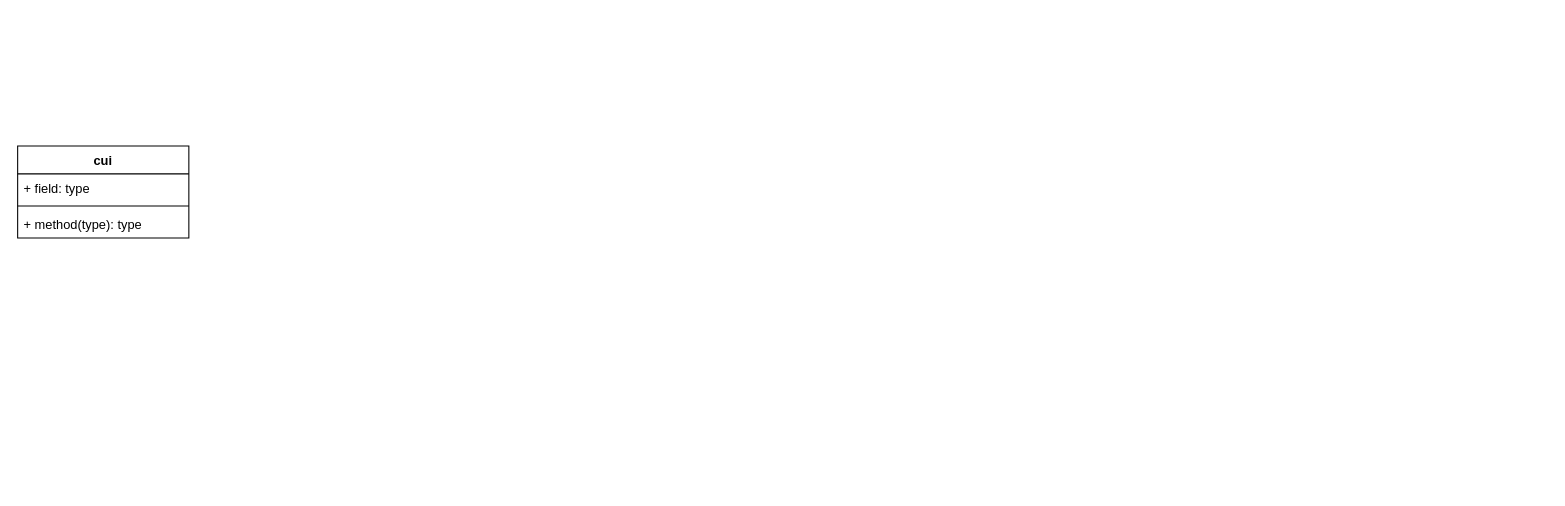
Earlier version of the draw.io diagram wtpy/Untitled Diagram.drawio (Huijun-Cui/mind-mining). Source tidied: cells renumbered, new cells numbered last; positions are measured from the earlier drawing's top-left corner, leaving out a move shared by most shapes. Both pictures are drawn from the tidied source at 107%, with x=0, y=0 at pixel (17, 146).
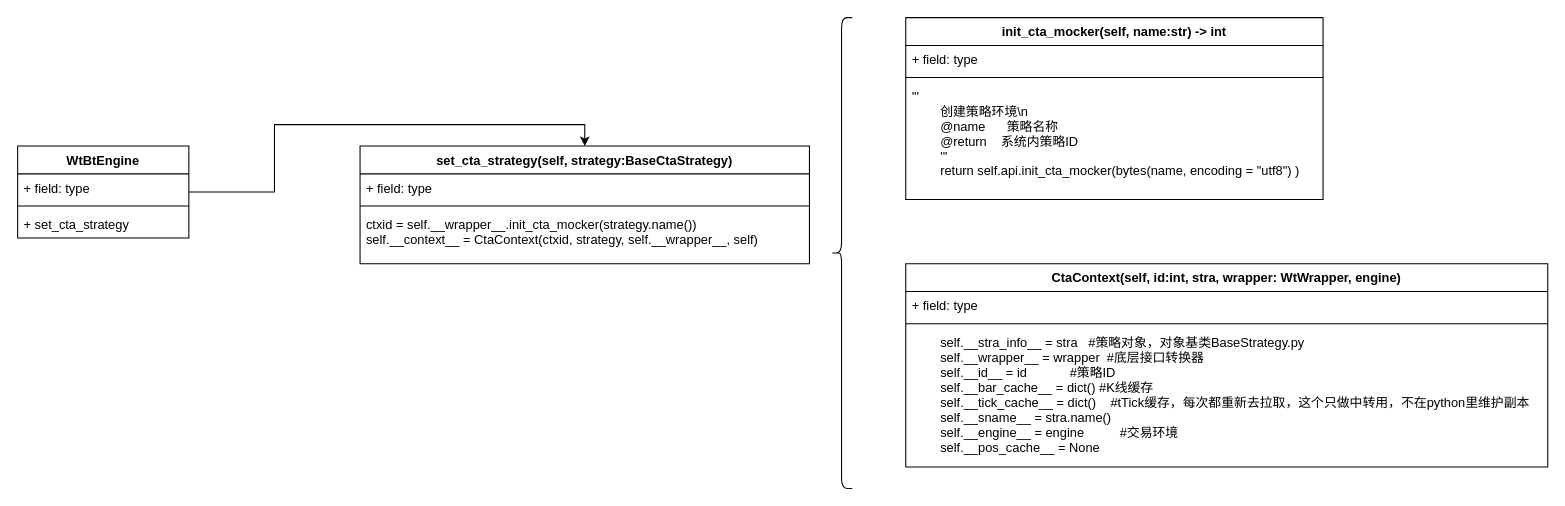
Above is the later version.

What changed in the source:
```diff
@@
 <mxGraphModel background="#ffffff">
   <root>
     <mxCell id="0" />
     <mxCell id="1" parent="0" />
+    <mxCell id="6" style="edgeStyle=orthogonalEdgeStyle;rounded=0;jettySize=auto;html=1;entryX=0.5;entryY=0;entryDx=0;entryDy=0;" parent="1" edge="1" source="2" target="7">
+      <mxGeometry relative="1" as="geometry" />
+    </mxCell>
-    <mxCell id="2" value="cui" style="swimlane;fontStyle=1;align=center;verticalAlign=top;horizontal=1;startSize=26;" parent="1" vertex="1">
+    <mxCell id="2" value="WtBtEngine" style="swimlane;fontStyle=1;align=center;verticalAlign=top;horizontal=1;startSize=26;" parent="1" vertex="1">
       <mxGeometry width="160" height="86" as="geometry" />
     </mxCell>
     <mxCell id="3" value="+ field: type" style="text;strokeColor=none;fillColor=none;align=left;verticalAlign=top;spacingLeft=4;spacingRight=4;overflow=hidden;" parent="2" vertex="1">
       <mxGeometry y="26" width="160" height="26" as="geometry" />
     </mxCell>
     <mxCell id="4" style="line;strokeWidth=1;fillColor=none;align=left;verticalAlign=middle;spacingTop=-1;spacingLeft=3;spacingRight=3;labelPosition=right;" parent="2" vertex="1">
       <mxGeometry y="52" width="160" height="8" as="geometry" />
     </mxCell>
-    <mxCell id="5" value="+ method(type): type" style="text;strokeColor=none;fillColor=none;align=left;verticalAlign=top;spacingLeft=4;spacingRight=4;overflow=hidden;" parent="2" vertex="1">
+    <mxCell id="5" value="+ set_cta_strategy" style="text;strokeColor=none;fillColor=none;align=left;verticalAlign=top;spacingLeft=4;spacingRight=4;overflow=hidden;" parent="2" vertex="1">
       <mxGeometry y="60" width="160" height="26" as="geometry" />
     </mxCell>
+    <mxCell id="7" value="set_cta_strategy(self, strategy:BaseCtaStrategy)" style="swimlane;fontStyle=1;align=center;verticalAlign=top;horizontal=1;startSize=26;" parent="1" vertex="1">
+      <mxGeometry x="320" width="420" height="110" as="geometry" />
+    </mxCell>
+    <mxCell id="8" value="+ field: type" style="text;strokeColor=none;fillColor=none;align=left;verticalAlign=top;spacingLeft=4;spacingRight=4;overflow=hidden;" parent="7" vertex="1">
+      <mxGeometry y="26" width="420" height="26" as="geometry" />
+    </mxCell>
+    <mxCell id="9" style="line;strokeWidth=1;fillColor=none;align=left;verticalAlign=middle;spacingTop=-1;spacingLeft=3;spacingRight=3;labelPosition=right;" parent="7" vertex="1">
+      <mxGeometry y="52" width="420" height="8" as="geometry" />
+    </mxCell>
+    <mxCell id="10" value="ctxid = self.__wrapper__.init_cta_mocker(strategy.name())&#10;self.__context__ = CtaContext(ctxid, strategy, self.__wrapper__, self)" style="text;strokeColor=none;fillColor=none;align=left;verticalAlign=top;spacingLeft=4;spacingRight=4;overflow=hidden;" parent="7" vertex="1">
+      <mxGeometry y="60" width="420" height="50" as="geometry" />
+    </mxCell>
+    <mxCell id="11" value="init_cta_mocker(self, name:str) -&gt; int" style="swimlane;fontStyle=1;align=center;verticalAlign=top;horizontal=1;startSize=26;" parent="1" vertex="1">
+      <mxGeometry x="830" y="-120" width="390" height="170" as="geometry" />
+    </mxCell>
+    <mxCell id="12" value="+ field: type" style="text;strokeColor=none;fillColor=none;align=left;verticalAlign=top;spacingLeft=4;spacingRight=4;overflow=hidden;" parent="11" vertex="1">
+      <mxGeometry y="26" width="390" height="26" as="geometry" />
+    </mxCell>
+    <mxCell id="13" style="line;strokeWidth=1;fillColor=none;align=left;verticalAlign=middle;spacingTop=-1;spacingLeft=3;spacingRight=3;labelPosition=right;" parent="11" vertex="1">
+      <mxGeometry y="52" width="390" height="8" as="geometry" />
+    </mxCell>
+    <mxCell id="14" value="'''&#10;        创建策略环境\n&#10;        @name      策略名称&#10;        @return    系统内策略ID &#10;        '''&#10;        return self.api.init_cta_mocker(bytes(name, encoding = &quot;utf8&quot;) )" style="text;strokeColor=none;fillColor=none;align=left;verticalAlign=top;spacingLeft=4;spacingRight=4;overflow=hidden;" parent="11" vertex="1">
+      <mxGeometry y="60" width="390" height="110" as="geometry" />
+    </mxCell>
+    <mxCell id="15" style="shape=curlyBracket;whiteSpace=wrap;html=1;rounded=1;" parent="1" vertex="1">
+      <mxGeometry x="760" y="-120" width="20" height="440" as="geometry" />
+    </mxCell>
+    <mxCell id="16" value="CtaContext(self, id:int, stra, wrapper: WtWrapper, engine)" style="swimlane;fontStyle=1;align=center;verticalAlign=top;horizontal=1;startSize=26;" parent="1" vertex="1">
+      <mxGeometry x="830" y="110" width="600" height="190" as="geometry" />
+    </mxCell>
+    <mxCell id="17" value="+ field: type" style="text;strokeColor=none;fillColor=none;align=left;verticalAlign=top;spacingLeft=4;spacingRight=4;overflow=hidden;" parent="16" vertex="1">
+      <mxGeometry y="26" width="600" height="26" as="geometry" />
+    </mxCell>
+    <mxCell id="18" style="line;strokeWidth=1;fillColor=none;align=left;verticalAlign=middle;spacingTop=-1;spacingLeft=3;spacingRight=3;labelPosition=right;" parent="16" vertex="1">
+      <mxGeometry y="52" width="600" height="8" as="geometry" />
+    </mxCell>
+    <mxCell id="19" value="        self.__stra_info__ = stra   #策略对象，对象基类BaseStrategy.py&#10;        self.__wrapper__ = wrapper  #底层接口转换器&#10;        self.__id__ = id            #策略ID&#10;        self.__bar_cache__ = dict() #K线缓存&#10;        self.__tick_cache__ = dict()    #tTick缓存，每次都重新去拉取，这个只做中转用，不在python里维护副本&#10;        self.__sname__ = stra.name()    &#10;        self.__engine__ = engine          #交易环境&#10;        self.__pos_cache__ = None" style="text;strokeColor=none;fillColor=none;align=left;verticalAlign=top;spacingLeft=4;spacingRight=4;overflow=hidden;" parent="16" vertex="1">
+      <mxGeometry y="60" width="600" height="130" as="geometry" />
+    </mxCell>
   </root>
 </mxGraphModel>
```
